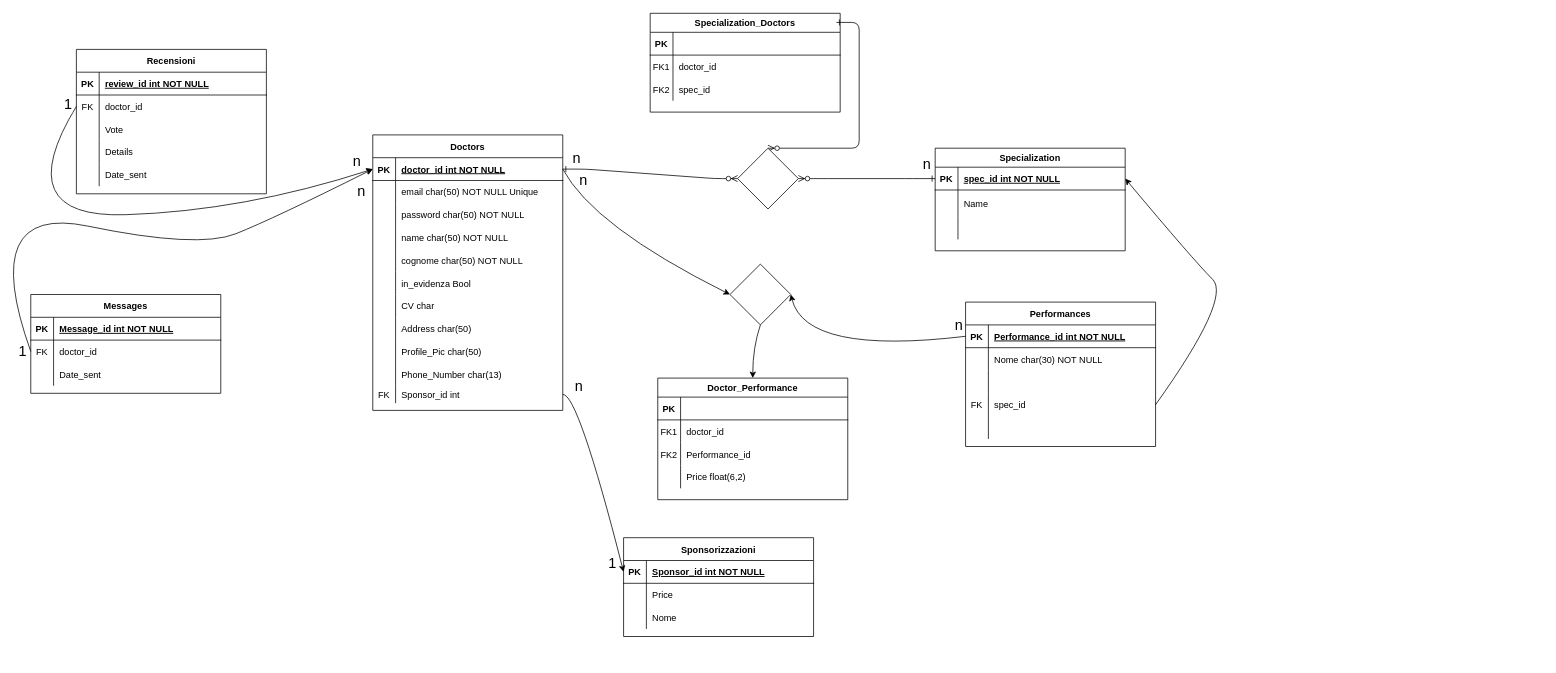
Earlier version of the draw.io diagram 8Doctors.drawio (AlessandroGCatino/CodingChallengeCatino). Source tidied: cells renumbered, new cells numbered last; positions are measured from the earlier drawing's top-left corner, leaving out a move shared by most shapes. Both pictures are drawn from the tidied source at 76%, with x=0, y=0 at pixel (-23, 13).
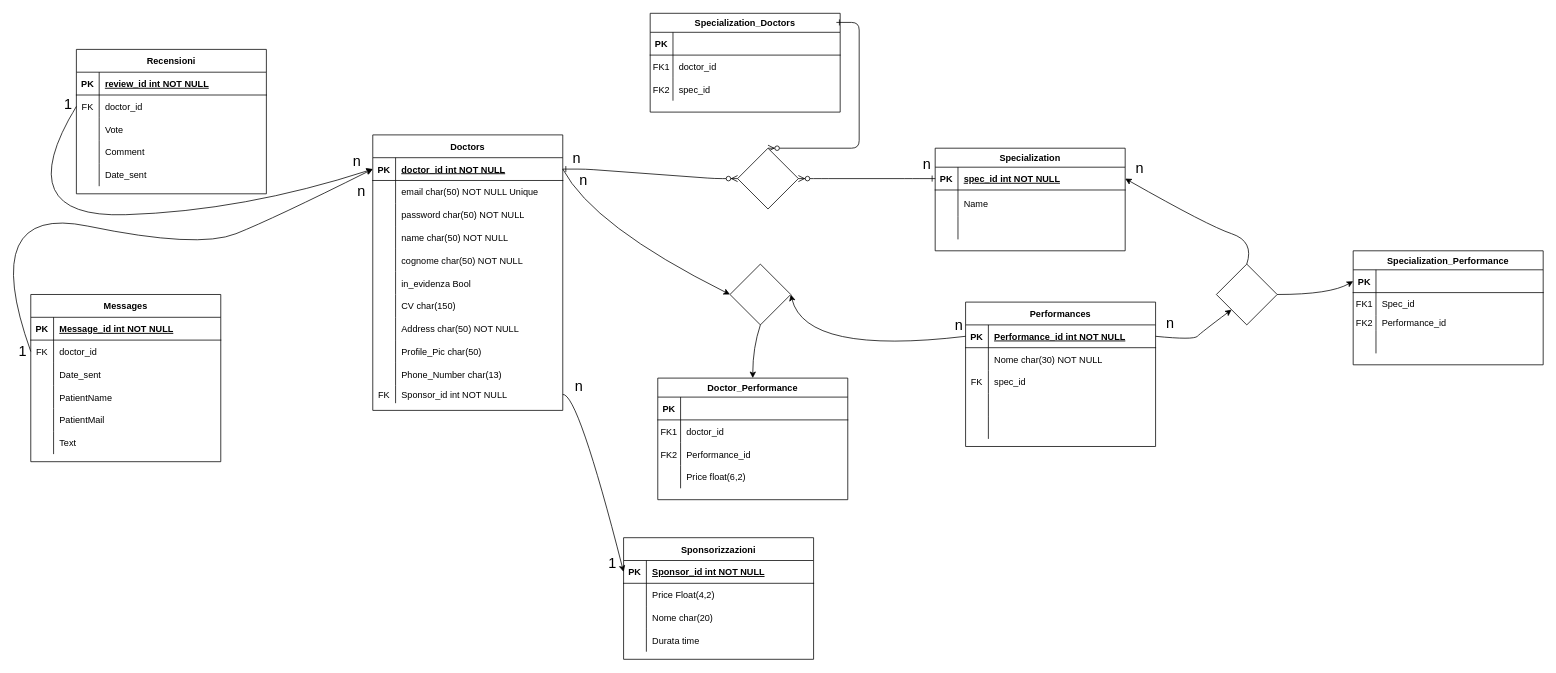
The same page after the edit.

Unchanged cells that the change refers to:
```xml
<mxCell id="5" style="shape=partialRectangle;fillColor=none;points=[[0,0.5],[1,0.5]];portConstraint=eastwest;top=0;left=0;right=0;bottom=1;" parent="4" vertex="1">
  <mxGeometry y="25" width="250" height="30" as="geometry" />
</mxCell>
<mxCell id="33" style="shape=partialRectangle;fillColor=none;top=0;left=0;right=0;bottom=0;" parent="14" vertex="1">
  <mxGeometry y="210" width="250" height="30" as="geometry" />
</mxCell>
<mxCell id="36" style="shape=partialRectangle;fillColor=none;top=0;left=0;right=0;bottom=0;" parent="14" vertex="1">
  <mxGeometry y="240" width="250" height="30" as="geometry" />
</mxCell>
<mxCell id="45" style="shape=partialRectangle;fillColor=none;points=[[0,0.5],[1,0.5]];portConstraint=eastwest;top=0;left=0;right=0;bottom=0;" parent="14" vertex="1">
  <mxGeometry y="330" width="250" height="23" as="geometry" />
</mxCell>
<mxCell id="71" style="shape=partialRectangle;fillColor=none;top=0;left=0;right=0;bottom=0;" parent="61" vertex="1">
  <mxGeometry y="120" width="250" height="30" as="geometry" />
</mxCell>
<mxCell id="93" style="shape=partialRectangle;fillColor=none;top=0;left=0;right=0;bottom=0;" parent="89" vertex="1">
  <mxGeometry y="60" width="250" height="30" as="geometry" />
</mxCell>
<mxCell id="96" style="shape=partialRectangle;fillColor=none;top=0;left=0;right=0;bottom=0;" parent="89" vertex="1">
  <mxGeometry y="90" width="250" height="30" as="geometry" />
</mxCell>
<mxCell id="101" style="shape=partialRectangle;fillColor=none;points=[[0,0.5],[1,0.5]];portConstraint=eastwest;top=0;left=0;right=0;bottom=1;" parent="100" vertex="1">
  <mxGeometry y="30" width="250" height="30" as="geometry" />
</mxCell>
<mxCell id="107" style="shape=partialRectangle;fillColor=none;top=0;left=0;right=0;bottom=0;" parent="100" vertex="1">
  <mxGeometry y="90" width="250" height="30" as="geometry" />
</mxCell>
<mxCell id="110" style="shape=partialRectangle;fillColor=none;points=[[0,0.5],[1,0.5]];portConstraint=eastwest;top=0;left=0;right=0;bottom=0;" parent="100" vertex="1">
  <mxGeometry y="120" width="250" height="30" as="geometry" />
</mxCell>
```

Change to the diagram source:
```diff
@@
-    <mxCell id="35" value="CV char" style="shape=partialRectangle;overflow=hidden;fillColor=none;top=0;left=0;bottom=0;right=0;align=left;spacingLeft=6;" parent="33" vertex="1">
+    <mxCell id="35" value="CV char(150)" style="shape=partialRectangle;overflow=hidden;fillColor=none;top=0;left=0;bottom=0;right=0;align=left;spacingLeft=6;" parent="33" vertex="1">
       <mxGeometry x="30" width="220" height="30" as="geometry" />
     </mxCell>
@@
-    <mxCell id="38" value="Address char(50)" style="shape=partialRectangle;overflow=hidden;fillColor=none;top=0;left=0;bottom=0;right=0;align=left;spacingLeft=6;" parent="36" vertex="1">
+    <mxCell id="38" value="Address char(50) NOT NULL" style="shape=partialRectangle;overflow=hidden;fillColor=none;top=0;left=0;bottom=0;right=0;align=left;spacingLeft=6;" parent="36" vertex="1">
       <mxGeometry x="30" width="220" height="30" as="geometry" />
     </mxCell>
@@
-    <mxCell id="47" value="Sponsor_id int" style="shape=partialRectangle;overflow=hidden;fillColor=none;top=0;left=0;bottom=0;right=0;align=left;spacingLeft=6;" parent="45" vertex="1">
+    <mxCell id="47" value="Sponsor_id int NOT NULL" style="shape=partialRectangle;overflow=hidden;fillColor=none;top=0;left=0;bottom=0;right=0;align=left;spacingLeft=6;" parent="45" vertex="1">
       <mxGeometry x="30" width="220" height="23" as="geometry" />
     </mxCell>
@@
-    <mxCell id="73" value="Details" style="shape=partialRectangle;overflow=hidden;fillColor=none;top=0;left=0;bottom=0;right=0;align=left;spacingLeft=6;" parent="71" vertex="1">
+    <mxCell id="73" value="Comment" style="shape=partialRectangle;overflow=hidden;fillColor=none;top=0;left=0;bottom=0;right=0;align=left;spacingLeft=6;" parent="71" vertex="1">
       <mxGeometry x="30" width="220" height="30" as="geometry" />
     </mxCell>
@@
     <mxCell id="78" value="Messages" style="shape=table;startSize=30;childLayout=tableLayout;rowLines=0;fontStyle=1;align=center;" parent="1" vertex="1">
-      <mxGeometry x="70" y="370" width="250" height="130" as="geometry" />
+      <mxGeometry x="70" y="370" width="250" height="220" as="geometry" />
     </mxCell>
@@
+    <mxCell id="143" style="shape=partialRectangle;fillColor=none;top=0;left=0;right=0;bottom=0;" parent="78" vertex="1">
+      <mxGeometry y="120" width="250" height="30" as="geometry" />
+    </mxCell>
+    <mxCell id="144" style="shape=partialRectangle;overflow=hidden;fillColor=none;top=0;left=0;bottom=0;right=0;" parent="143" vertex="1">
+      <mxGeometry width="30" height="30" as="geometry" />
+    </mxCell>
+    <mxCell id="145" value="PatientName" style="shape=partialRectangle;overflow=hidden;fillColor=none;top=0;left=0;bottom=0;right=0;align=left;spacingLeft=6;" parent="143" vertex="1">
+      <mxGeometry x="30" width="220" height="30" as="geometry" />
+    </mxCell>
+    <mxCell id="146" style="shape=partialRectangle;fillColor=none;top=0;left=0;right=0;bottom=0;" parent="78" vertex="1">
+      <mxGeometry y="150" width="250" height="30" as="geometry" />
+    </mxCell>
+    <mxCell id="147" style="shape=partialRectangle;overflow=hidden;fillColor=none;top=0;left=0;bottom=0;right=0;" parent="146" vertex="1">
+      <mxGeometry width="30" height="30" as="geometry" />
+    </mxCell>
+    <mxCell id="148" value="PatientMail" style="shape=partialRectangle;overflow=hidden;fillColor=none;top=0;left=0;bottom=0;right=0;align=left;spacingLeft=6;" parent="146" vertex="1">
+      <mxGeometry x="30" width="220" height="30" as="geometry" />
+    </mxCell>
+    <mxCell id="149" style="shape=partialRectangle;fillColor=none;top=0;left=0;right=0;bottom=0;" parent="78" vertex="1">
+      <mxGeometry y="180" width="250" height="30" as="geometry" />
+    </mxCell>
+    <mxCell id="150" style="shape=partialRectangle;overflow=hidden;fillColor=none;top=0;left=0;bottom=0;right=0;" parent="149" vertex="1">
+      <mxGeometry width="30" height="30" as="geometry" />
+    </mxCell>
+    <mxCell id="151" value="Text" style="shape=partialRectangle;overflow=hidden;fillColor=none;top=0;left=0;bottom=0;right=0;align=left;spacingLeft=6;" parent="149" vertex="1">
+      <mxGeometry x="30" width="220" height="30" as="geometry" />
+    </mxCell>
@@
     <mxCell id="89" value="Sponsorizzazioni" style="shape=table;startSize=30;childLayout=tableLayout;rowLines=0;fontStyle=1;align=center;" parent="1" vertex="1">
-      <mxGeometry x="850" y="690" width="250" height="130" as="geometry" />
+      <mxGeometry x="850" y="690" width="250" height="160" as="geometry" />
     </mxCell>
@@
-    <mxCell id="95" value="Price" style="shape=partialRectangle;overflow=hidden;fillColor=none;top=0;left=0;bottom=0;right=0;align=left;spacingLeft=6;" parent="93" vertex="1">
+    <mxCell id="95" value="Price Float(4,2)" style="shape=partialRectangle;overflow=hidden;fillColor=none;top=0;left=0;bottom=0;right=0;align=left;spacingLeft=6;" parent="93" vertex="1">
       <mxGeometry x="30" width="220" height="30" as="geometry" />
     </mxCell>
@@
-    <mxCell id="98" value="Nome" style="shape=partialRectangle;overflow=hidden;fillColor=none;top=0;left=0;bottom=0;right=0;align=left;spacingLeft=6;" parent="96" vertex="1">
+    <mxCell id="98" value="Nome char(20)" style="shape=partialRectangle;overflow=hidden;fillColor=none;top=0;left=0;bottom=0;right=0;align=left;spacingLeft=6;" parent="96" vertex="1">
       <mxGeometry x="30" width="220" height="30" as="geometry" />
     </mxCell>
+    <mxCell id="152" style="shape=partialRectangle;fillColor=none;top=0;left=0;right=0;bottom=0;" parent="89" vertex="1">
+      <mxGeometry y="120" width="250" height="30" as="geometry" />
+    </mxCell>
+    <mxCell id="153" style="shape=partialRectangle;overflow=hidden;fillColor=none;top=0;left=0;bottom=0;right=0;" parent="152" vertex="1">
+      <mxGeometry width="30" height="30" as="geometry" />
+    </mxCell>
+    <mxCell id="154" value="Durata time" style="shape=partialRectangle;overflow=hidden;fillColor=none;top=0;left=0;bottom=0;right=0;align=left;spacingLeft=6;" parent="152" vertex="1">
+      <mxGeometry x="30" width="220" height="30" as="geometry" />
+    </mxCell>
@@
-    <mxCell id="108" style="shape=partialRectangle;overflow=hidden;fillColor=none;top=0;left=0;bottom=0;right=0;" parent="107" vertex="1">
+    <mxCell id="108" value="FK" style="shape=partialRectangle;overflow=hidden;fillColor=none;top=0;left=0;bottom=0;right=0;" parent="107" vertex="1">
       <mxGeometry width="30" height="30" as="geometry" />
     </mxCell>
-    <mxCell id="109" style="shape=partialRectangle;overflow=hidden;fillColor=none;top=0;left=0;bottom=0;right=0;align=left;spacingLeft=6;" parent="107" vertex="1">
+    <mxCell id="109" value="spec_id" style="shape=partialRectangle;overflow=hidden;fillColor=none;top=0;left=0;bottom=0;right=0;align=left;spacingLeft=6;" parent="107" vertex="1">
       <mxGeometry x="30" width="220" height="30" as="geometry" />
     </mxCell>
@@
-    <mxCell id="111" value="FK" style="shape=partialRectangle;overflow=hidden;fillColor=none;top=0;left=0;bottom=0;right=0;" parent="110" vertex="1">
+    <mxCell id="111" style="shape=partialRectangle;overflow=hidden;fillColor=none;top=0;left=0;bottom=0;right=0;" parent="110" vertex="1">
       <mxGeometry width="30" height="30" as="geometry" />
     </mxCell>
-    <mxCell id="112" value="spec_id" style="shape=partialRectangle;overflow=hidden;fillColor=none;top=0;left=0;bottom=0;right=0;align=left;spacingLeft=6;" parent="110" vertex="1">
+    <mxCell id="112" style="shape=partialRectangle;overflow=hidden;fillColor=none;top=0;left=0;bottom=0;right=0;align=left;spacingLeft=6;" parent="110" vertex="1">
       <mxGeometry x="30" width="220" height="30" as="geometry" />
     </mxCell>
@@
-    <mxCell id="133" style="curved=1;endArrow=classic;html=1;rounded=0;exitX=1;exitY=0.5;exitDx=0;exitDy=0;entryX=1;entryY=0.5;entryDx=0;entryDy=0;" parent="1" edge="1" source="110" target="5">
+    <mxCell id="133" style="curved=1;endArrow=classic;html=1;rounded=0;exitX=0.5;exitY=0;exitDx=0;exitDy=0;entryX=1;entryY=0.5;entryDx=0;entryDy=0;" parent="1" edge="1" source="156" target="5">
       <mxGeometry relative="1" as="geometry">
         <Array as="points">
-          <mxPoint x="1650" y="375" />
-          <mxPoint x="1600" y="325" />
+          <mxPoint x="1680" y="300" />
+          <mxPoint x="1620" y="280" />
         </Array>
       </mxGeometry>
     </mxCell>
@@
+    <mxCell id="155" value="n" style="edgeLabel;html=1;align=center;verticalAlign=middle;fontSize=19;" parent="1" vertex="1">
+      <mxGeometry x="1300" y="312.5" as="geometry">
+        <mxPoint x="268" y="96" as="offset" />
+      </mxGeometry>
+    </mxCell>
+    <mxCell id="156" style="rhombus;whiteSpace=wrap;html=1;" parent="1" vertex="1">
+      <mxGeometry x="1630" y="330" width="80" height="80" as="geometry" />
+    </mxCell>
+    <mxCell id="157" style="curved=1;endArrow=classic;html=1;rounded=0;exitX=1;exitY=0.5;exitDx=0;exitDy=0;entryX=0;entryY=1;entryDx=0;entryDy=0;" parent="1" edge="1" source="101" target="156">
+      <mxGeometry relative="1" as="geometry">
+        <Array as="points">
+          <mxPoint x="1600" y="430" />
+          <mxPoint x="1610" y="420" />
+        </Array>
+      </mxGeometry>
+    </mxCell>
+    <mxCell id="158" value="n" style="edgeLabel;html=1;align=center;verticalAlign=middle;fontSize=19;" parent="1" vertex="1">
+      <mxGeometry x="1300" y="341.2" as="geometry">
+        <mxPoint x="228" y="-137" as="offset" />
+      </mxGeometry>
+    </mxCell>
+    <mxCell id="159" value="Specialization_Performance" style="shape=table;startSize=25;childLayout=tableLayout;rowLines=0;fontStyle=1;align=center;" parent="1" vertex="1">
+      <mxGeometry x="1810" y="312.5" width="250" height="150" as="geometry" />
+    </mxCell>
+    <mxCell id="160" style="shape=partialRectangle;fillColor=none;points=[[0,0.5],[1,0.5]];portConstraint=eastwest;top=0;left=0;right=0;bottom=1;" parent="159" vertex="1">
+      <mxGeometry y="25" width="250" height="30" as="geometry" />
+    </mxCell>
+    <mxCell id="161" value="PK" style="shape=partialRectangle;overflow=hidden;fillColor=none;top=0;left=0;bottom=0;right=0;fontStyle=1;" parent="160" vertex="1">
+      <mxGeometry width="30" height="30" as="geometry" />
+    </mxCell>
+    <mxCell id="162" style="shape=partialRectangle;overflow=hidden;fillColor=none;top=0;left=0;bottom=0;right=0;align=left;spacingLeft=6;fontStyle=5;" parent="160" vertex="1">
+      <mxGeometry x="30" width="220" height="30" as="geometry" />
+    </mxCell>
+    <mxCell id="163" style="shape=partialRectangle;fillColor=none;top=0;left=0;right=0;bottom=0;" parent="159" vertex="1">
+      <mxGeometry y="55" width="250" height="30" as="geometry" />
+    </mxCell>
+    <mxCell id="164" value="FK1" style="shape=partialRectangle;overflow=hidden;fillColor=none;top=0;left=0;bottom=0;right=0;" parent="163" vertex="1">
+      <mxGeometry width="30" height="30" as="geometry" />
+    </mxCell>
+    <mxCell id="165" value="Spec_id" style="shape=partialRectangle;overflow=hidden;fillColor=none;top=0;left=0;bottom=0;right=0;align=left;spacingLeft=6;" parent="163" vertex="1">
+      <mxGeometry x="30" width="220" height="30" as="geometry" />
+    </mxCell>
+    <mxCell id="166" style="shape=partialRectangle;fillColor=none;top=0;left=0;right=0;bottom=0;" parent="159" vertex="1">
+      <mxGeometry y="85" width="250" height="20" as="geometry" />
+    </mxCell>
+    <mxCell id="167" value="FK2" style="shape=partialRectangle;overflow=hidden;fillColor=none;top=0;left=0;bottom=0;right=0;" parent="166" vertex="1">
+      <mxGeometry width="30" height="20" as="geometry" />
+    </mxCell>
+    <mxCell id="168" value="Performance_id" style="shape=partialRectangle;overflow=hidden;fillColor=none;top=0;left=0;bottom=0;right=0;align=left;spacingLeft=6;" parent="166" vertex="1">
+      <mxGeometry x="30" width="220" height="20" as="geometry" />
+    </mxCell>
+    <mxCell id="169" style="shape=partialRectangle;fillColor=none;top=0;left=0;right=0;bottom=0;" parent="159" vertex="1">
+      <mxGeometry y="105" width="250" height="30" as="geometry" />
+    </mxCell>
+    <mxCell id="170" style="shape=partialRectangle;overflow=hidden;fillColor=none;top=0;left=0;bottom=0;right=0;" parent="169" vertex="1">
+      <mxGeometry width="30" height="30" as="geometry" />
+    </mxCell>
+    <mxCell id="171" style="shape=partialRectangle;overflow=hidden;fillColor=none;top=0;left=0;bottom=0;right=0;align=left;spacingLeft=6;" parent="169" vertex="1">
+      <mxGeometry x="30" width="220" height="30" as="geometry" />
+    </mxCell>
+    <mxCell id="172" style="curved=1;endArrow=classic;html=1;rounded=0;exitX=0.5;exitY=0;exitDx=0;exitDy=0;entryX=0;entryY=0.5;entryDx=0;entryDy=0;" parent="1" edge="1" target="160">
+      <mxGeometry relative="1" as="geometry">
+        <mxPoint x="1710" y="370" as="sourcePoint" />
+        <Array as="points">
+          <mxPoint x="1780" y="370" />
+        </Array>
+      </mxGeometry>
+    </mxCell>
```
